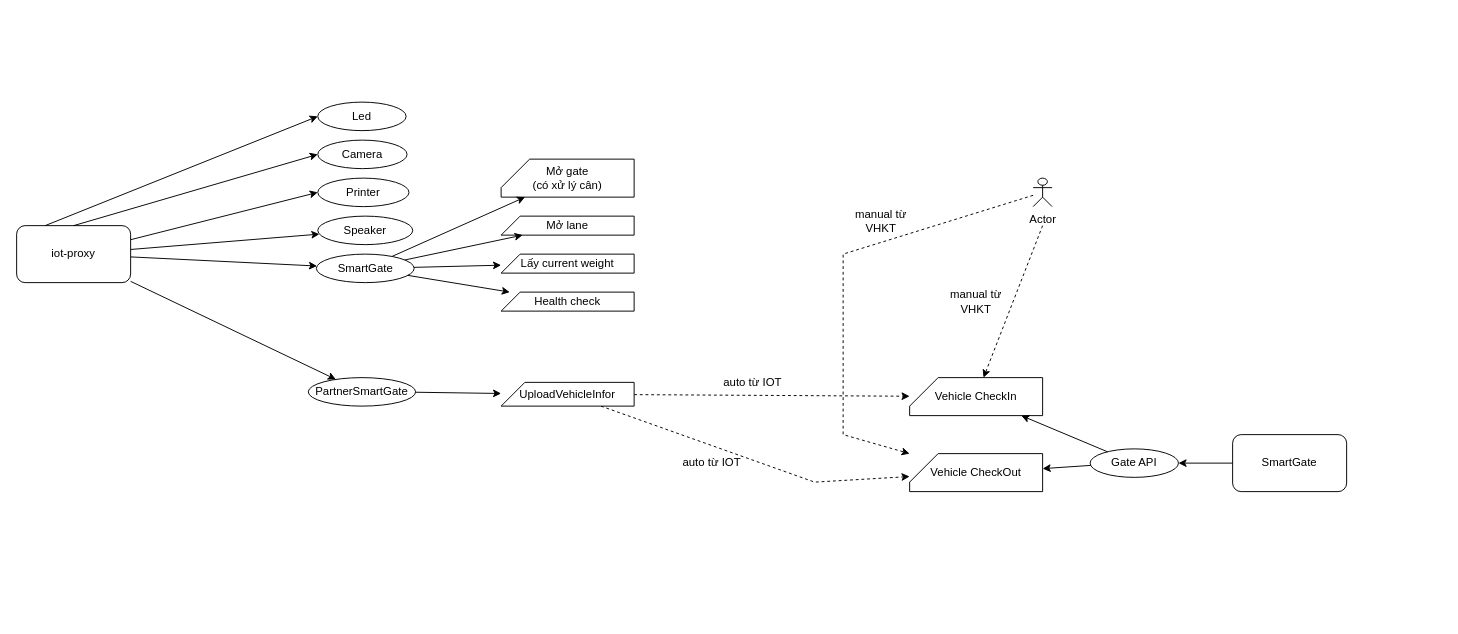
The draw.io diagram SmartGate.drawio in hiep1097/drawio, before the edit. Source tidied: cells renumbered, new cells numbered last; positions are measured from the earlier drawing's top-left corner, leaving out a move shared by most shapes. Both pictures are drawn from the tidied source at 95%, with x=0, y=0 at pixel (16, 102).
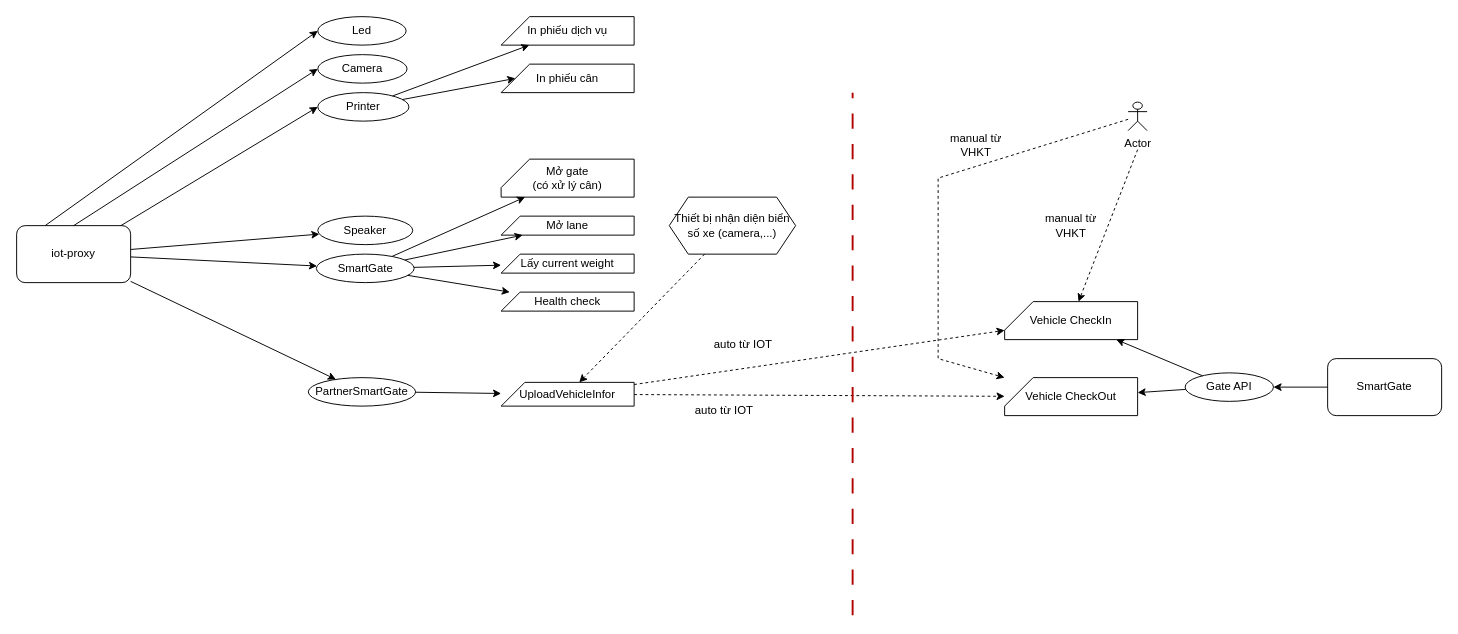
The same diagram, later.

Commit message:
Cập nhật SmartGate.drawio

The change refers to these unchanged cells:
```xml
<mxCell id="37" value="UploadVehicleInfor" style="shape=card;whiteSpace=wrap;html=1;" parent="1" vertex="1">
  <mxGeometry x="510" y="295" width="140" height="25" as="geometry" />
</mxCell>
```

Diff of the diagram source:
```diff
@@
     <mxCell id="3" value="Printer" style="ellipse;whiteSpace=wrap;html=1;" parent="1" vertex="1">
-      <mxGeometry x="317" y="80" width="96" height="30" as="geometry" />
+      <mxGeometry x="317" y="-10" width="96" height="30" as="geometry" />
     </mxCell>
@@
     <mxCell id="5" value="Camera" style="ellipse;whiteSpace=wrap;html=1;" parent="1" vertex="1">
-      <mxGeometry x="317" y="40" width="94" height="30" as="geometry" />
+      <mxGeometry x="317" y="-50" width="94" height="30" as="geometry" />
     </mxCell>
@@
     <mxCell id="9" value="Led" style="ellipse;whiteSpace=wrap;html=1;" parent="1" vertex="1">
-      <mxGeometry x="317" width="93" height="30" as="geometry" />
+      <mxGeometry x="317" y="-90" width="93" height="30" as="geometry" />
     </mxCell>
@@
     <mxCell id="20" value="SmartGate" style="rounded=1;whiteSpace=wrap;html=1;" parent="1" vertex="1">
-      <mxGeometry x="1280" y="350" width="120" height="60" as="geometry" />
+      <mxGeometry x="1380" y="270" width="120" height="60" as="geometry" />
     </mxCell>
     <mxCell id="21" value="Gate API" style="ellipse;whiteSpace=wrap;html=1;" parent="1" vertex="1">
-      <mxGeometry x="1130" y="365" width="93" height="30" as="geometry" />
+      <mxGeometry x="1230" y="285" width="93" height="30" as="geometry" />
     </mxCell>
     <mxCell id="22" value="Vehicle CheckIn" style="shape=card;whiteSpace=wrap;html=1;" parent="1" vertex="1">
-      <mxGeometry x="940" y="290" width="140" height="40" as="geometry" />
+      <mxGeometry x="1040" y="210" width="140" height="40" as="geometry" />
     </mxCell>
     <mxCell id="23" value="Vehicle CheckOut" style="shape=card;whiteSpace=wrap;html=1;" parent="1" vertex="1">
-      <mxGeometry x="940" y="370" width="140" height="40" as="geometry" />
+      <mxGeometry x="1040" y="290" width="140" height="40" as="geometry" />
     </mxCell>
@@
     <mxCell id="31" value="auto từ IOT" style="text;html=1;whiteSpace=wrap;strokeColor=none;fillColor=none;align=center;verticalAlign=middle;rounded=0;" parent="1" vertex="1">
-      <mxGeometry x="730" y="280" width="90" height="30" as="geometry" />
+      <mxGeometry x="720" y="240" width="90" height="30" as="geometry" />
     </mxCell>
     <mxCell id="32" value="Actor" style="shape=umlActor;verticalLabelPosition=bottom;verticalAlign=top;html=1;outlineConnect=0;" parent="1" vertex="1">
-      <mxGeometry x="1070" y="80" width="20" height="30" as="geometry" />
+      <mxGeometry x="1170" width="20" height="30" as="geometry" />
     </mxCell>
     <mxCell id="33" style="endArrow=classic;html=1;rounded=0;dashed=1;" parent="1" edge="1" target="22">
       <mxGeometry relative="1" as="geometry">
-        <mxPoint x="1080" y="130" as="sourcePoint" />
+        <mxPoint x="1180" y="50" as="sourcePoint" />
       </mxGeometry>
     </mxCell>
     <mxCell id="34" value="manual từ VHKT" style="text;html=1;whiteSpace=wrap;strokeColor=none;fillColor=none;align=center;verticalAlign=middle;rounded=0;" parent="1" vertex="1">
-      <mxGeometry x="980" y="195" width="60" height="30" as="geometry" />
+      <mxGeometry x="1080" y="115" width="60" height="30" as="geometry" />
     </mxCell>
     <mxCell id="35" style="endArrow=classic;html=1;rounded=0;dashed=1;" parent="1" edge="1" source="37" target="23">
-      <mxGeometry relative="1" as="geometry">
-        <Array as="points">
-          <mxPoint x="840" y="400" />
-        </Array>
-      </mxGeometry>
+      <mxGeometry relative="1" as="geometry" />
     </mxCell>
     <mxCell id="36" style="endArrow=classic;html=1;rounded=0;dashed=1;" parent="1" edge="1" source="32" target="23">
       <mxGeometry relative="1" as="geometry">
         <Array as="points">
-          <mxPoint x="870" y="160" />
-          <mxPoint x="870" y="350" />
+          <mxPoint x="970" y="80" />
+          <mxPoint x="970" y="270" />
         </Array>
       </mxGeometry>
     </mxCell>
@@
     <mxCell id="39" value="auto từ IOT" style="text;html=1;whiteSpace=wrap;strokeColor=none;fillColor=none;align=center;verticalAlign=middle;rounded=0;" parent="1" vertex="1">
-      <mxGeometry x="687" y="365" width="90" height="30" as="geometry" />
+      <mxGeometry x="700" y="310" width="90" height="30" as="geometry" />
     </mxCell>
     <mxCell id="40" value="manual từ VHKT" style="text;html=1;whiteSpace=wrap;strokeColor=none;fillColor=none;align=center;verticalAlign=middle;rounded=0;" parent="1" vertex="1">
-      <mxGeometry x="880" y="110" width="60" height="30" as="geometry" />
+      <mxGeometry x="980" y="30" width="60" height="30" as="geometry" />
     </mxCell>
+    <mxCell id="41" value="Thiết bị nhận diện biển số xe (camera,...)" style="shape=hexagon;perimeter=hexagonPerimeter2;whiteSpace=wrap;html=1;fixedSize=1;" parent="1" vertex="1">
+      <mxGeometry x="687" y="100" width="133" height="60" as="geometry" />
+    </mxCell>
+    <mxCell id="42" style="endArrow=classic;html=1;rounded=0;dashed=1;" parent="1" edge="1" source="41" target="37">
+      <mxGeometry relative="1" as="geometry" />
+    </mxCell>
+    <mxCell id="43" style="endArrow=none;html=1;rounded=0;dashed=1;dashPattern=8 8;strokeWidth=2;fillColor=#e51400;strokeColor=#B20000;" parent="1" edge="1">
+      <mxGeometry relative="1" as="geometry">
+        <mxPoint x="880" y="540" as="sourcePoint" />
+        <mxPoint x="880" y="-10" as="targetPoint" />
+      </mxGeometry>
+    </mxCell>
+    <mxCell id="44" value="In phiếu&amp;nbsp;&lt;span style=&quot;background-color: transparent; color: light-dark(rgb(0, 0, 0), rgb(255, 255, 255));&quot;&gt;dịch vụ&lt;/span&gt;" style="shape=card;whiteSpace=wrap;html=1;" parent="1" vertex="1">
+      <mxGeometry x="510" y="-90" width="140" height="30" as="geometry" />
+    </mxCell>
+    <mxCell id="45" value="In phiếu cân" style="shape=card;whiteSpace=wrap;html=1;" parent="1" vertex="1">
+      <mxGeometry x="510" y="-40" width="140" height="30" as="geometry" />
+    </mxCell>
+    <mxCell id="46" style="endArrow=classic;html=1;rounded=0;" parent="1" edge="1" source="3" target="44">
+      <mxGeometry relative="1" as="geometry" />
+    </mxCell>
+    <mxCell id="47" style="endArrow=classic;html=1;rounded=0;entryX=0;entryY=0;entryDx=15;entryDy=15;entryPerimeter=0;" parent="1" edge="1" source="3" target="45">
+      <mxGeometry relative="1" as="geometry" />
+    </mxCell>
```
